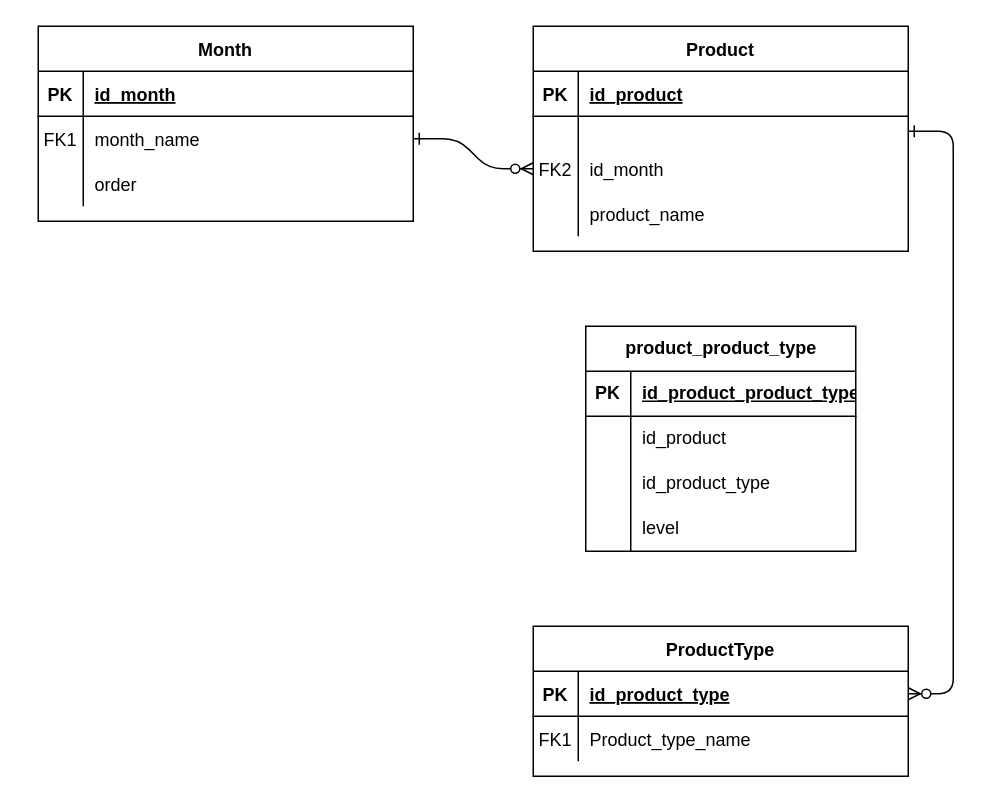
This is Diagrama sem nome.drawio from giuortiz/modelagem-safra-facil, a draw.io file, before an edit. Source tidied: cells renumbered, new cells numbered last; positions are measured from the earlier drawing's top-left corner, leaving out a move shared by most shapes. Both pictures are drawn from the tidied source at 150%, with x=0, y=0 at pixel (38, 26).
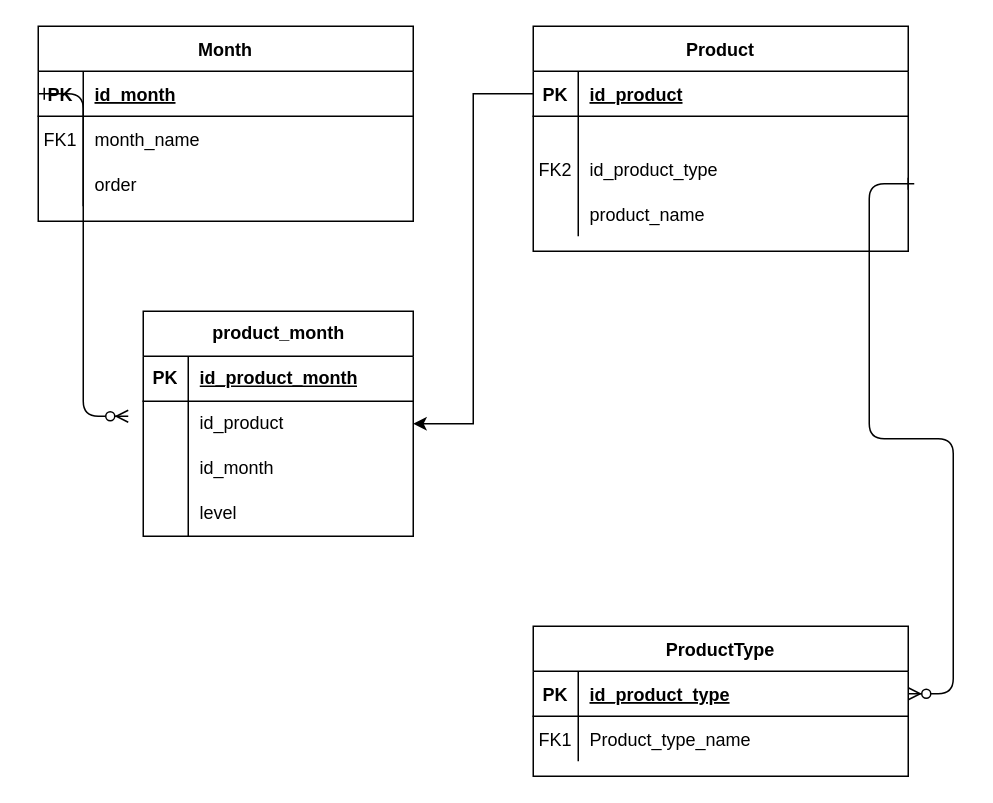
The same diagram, later.

The change refers to these unchanged cells:
```xml
<mxCell id="5" style="shape=partialRectangle;fillColor=none;points=[[0,0.5],[1,0.5]];portConstraint=eastwest;top=0;left=0;right=0;bottom=1;" parent="4" vertex="1">
  <mxGeometry y="30" width="250" height="30" as="geometry" />
</mxCell>
<mxCell id="8" style="shape=partialRectangle;fillColor=none;points=[[0,0.5],[1,0.5]];portConstraint=eastwest;top=0;left=0;right=0;bottom=0;" parent="4" vertex="1">
  <mxGeometry y="60" width="250" height="20" as="geometry" />
</mxCell>
<mxCell id="11" style="shape=partialRectangle;fillColor=none;points=[[0,0.5],[1,0.5]];portConstraint=eastwest;top=0;left=0;right=0;bottom=0;" parent="4" vertex="1">
  <mxGeometry y="80" width="250" height="30" as="geometry" />
</mxCell>
<mxCell id="18" style="shape=partialRectangle;fillColor=none;points=[[0,0.5],[1,0.5]];portConstraint=eastwest;top=0;left=0;right=0;bottom=1;" parent="17" vertex="1">
  <mxGeometry y="30" width="250" height="30" as="geometry" />
</mxCell>
<mxCell id="25" style="shape=partialRectangle;fillColor=none;points=[[0,0.5],[1,0.5]];portConstraint=eastwest;top=0;left=0;right=0;bottom=1;" parent="24" vertex="1">
  <mxGeometry y="30" width="250" height="30" as="geometry" />
</mxCell>
<mxCell id="28" style="shape=partialRectangle;fillColor=none;points=[[0,0.5],[1,0.5]];portConstraint=eastwest;top=0;left=0;right=0;bottom=0;" parent="24" vertex="1">
  <mxGeometry y="60" width="250" height="30" as="geometry" />
</mxCell>
<mxCell id="36" style="shape=tableRow;horizontal=0;startSize=0;swimlaneHead=0;swimlaneBody=0;fillColor=none;top=0;left=0;right=0;bottom=1;" parent="35" vertex="1">
  <mxGeometry y="30" width="180" height="30" as="geometry" />
</mxCell>
<mxCell id="39" style="shape=tableRow;horizontal=0;startSize=0;swimlaneHead=0;swimlaneBody=0;fillColor=none;points=[[0,0.5],[1,0.5]];portConstraint=eastwest;top=0;left=0;right=0;bottom=0;" parent="35" vertex="1">
  <mxGeometry y="60" width="180" height="30" as="geometry" />
</mxCell>
<mxCell id="42" style="shape=tableRow;horizontal=0;startSize=0;swimlaneHead=0;swimlaneBody=0;fillColor=none;top=0;left=0;right=0;bottom=0;" parent="35" vertex="1">
  <mxGeometry y="90" width="180" height="30" as="geometry" />
</mxCell>
```

What changed in the source:
```diff
@@
-    <mxCell id="2" style="edgeStyle=entityRelationEdgeStyle;endArrow=ERzeroToMany;startArrow=ERone;endFill=1;startFill=0;entryX=0;entryY=0.5;entryDx=0;entryDy=0;" parent="1" edge="1" source="28" target="11">
-      <mxGeometry relative="1" as="geometry" />
+    <mxCell id="2" style="edgeStyle=entityRelationEdgeStyle;endArrow=ERzeroToMany;startArrow=ERone;endFill=1;startFill=0;exitX=0;exitY=0.5;exitDx=0;exitDy=0;" parent="1" edge="1" source="25">
+      <mxGeometry relative="1" as="geometry">
+        <mxPoint x="60" y="260" as="targetPoint" />
+      </mxGeometry>
     </mxCell>
-    <mxCell id="3" style="edgeStyle=entityRelationEdgeStyle;endArrow=ERzeroToMany;startArrow=ERone;endFill=1;startFill=0;exitX=1;exitY=0.5;exitDx=0;exitDy=0;entryX=1;entryY=0.5;entryDx=0;entryDy=0;" parent="1" edge="1" source="8" target="18">
+    <mxCell id="3" style="edgeStyle=entityRelationEdgeStyle;endArrow=ERzeroToMany;startArrow=ERone;endFill=1;startFill=0;exitX=1.016;exitY=0.833;exitDx=0;exitDy=0;entryX=1;entryY=0.5;entryDx=0;entryDy=0;exitPerimeter=0;" parent="1" edge="1" source="11" target="18">
       <mxGeometry relative="1" as="geometry" />
     </mxCell>
@@
-    <mxCell id="13" value="id_month" style="shape=partialRectangle;overflow=hidden;fillColor=none;top=0;left=0;bottom=0;right=0;align=left;spacingLeft=6;" parent="11" vertex="1">
+    <mxCell id="13" value="id_product_type" style="shape=partialRectangle;overflow=hidden;fillColor=none;top=0;left=0;bottom=0;right=0;align=left;spacingLeft=6;" parent="11" vertex="1">
       <mxGeometry x="30" width="220" height="30" as="geometry" />
     </mxCell>
@@
-    <mxCell id="35" value="product_product_type" style="shape=table;startSize=30;childLayout=tableLayout;rowLines=0;fontStyle=1;align=center;html=1;" parent="1" vertex="1">
-      <mxGeometry x="365" y="200" width="180" height="150" as="geometry" />
+    <mxCell id="35" value="product_month" style="shape=table;startSize=30;childLayout=tableLayout;rowLines=0;fontStyle=1;align=center;html=1;" parent="1" vertex="1">
+      <mxGeometry x="70" y="190" width="180" height="150" as="geometry" />
     </mxCell>
@@
-    <mxCell id="38" value="id_product_product_type" style="shape=partialRectangle;fillColor=none;top=0;left=0;bottom=0;right=0;align=left;spacingLeft=6;fontStyle=5;overflow=hidden;whiteSpace=wrap;html=1;" parent="36" vertex="1">
+    <mxCell id="38" value="id_product_month" style="shape=partialRectangle;fillColor=none;top=0;left=0;bottom=0;right=0;align=left;spacingLeft=6;fontStyle=5;overflow=hidden;whiteSpace=wrap;html=1;" parent="36" vertex="1">
       <mxGeometry x="30" width="150" height="30" as="geometry" />
     </mxCell>
@@
-    <mxCell id="44" value="id_product_type" style="shape=partialRectangle;fillColor=none;top=0;left=0;bottom=0;right=0;align=left;spacingLeft=6;overflow=hidden;whiteSpace=wrap;html=1;" parent="42" vertex="1">
+    <mxCell id="44" value="id_month" style="shape=partialRectangle;fillColor=none;top=0;left=0;bottom=0;right=0;align=left;spacingLeft=6;overflow=hidden;whiteSpace=wrap;html=1;" parent="42" vertex="1">
       <mxGeometry x="30" width="150" height="30" as="geometry" />
     </mxCell>
@@
+    <mxCell id="48" style="edgeStyle=orthogonalEdgeStyle;rounded=0;jettySize=auto;html=1;exitX=0;exitY=0.5;exitDx=0;exitDy=0;entryX=1;entryY=0.5;entryDx=0;entryDy=0;" parent="1" edge="1" source="5" target="39">
+      <mxGeometry relative="1" as="geometry" />
+    </mxCell>
```
